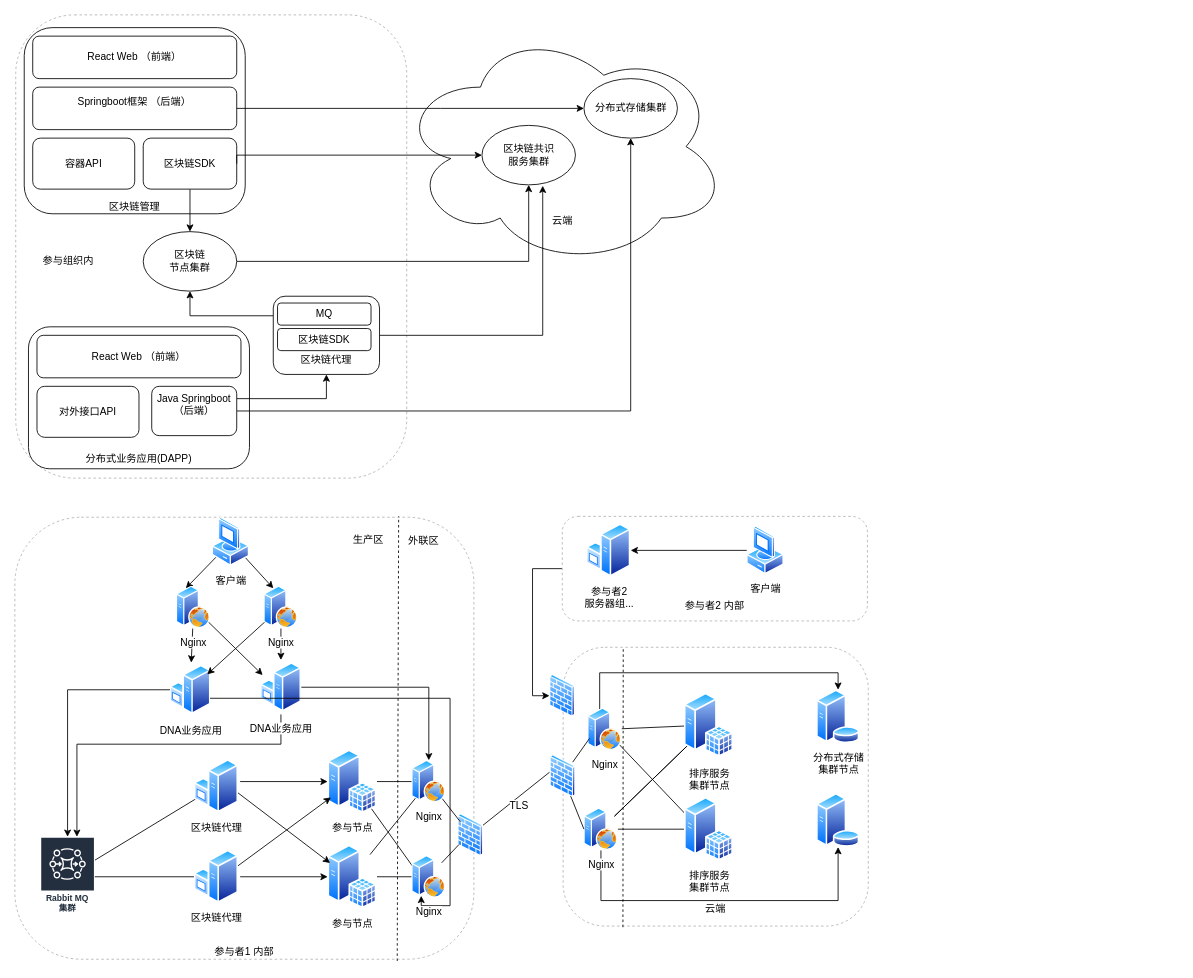
Before: repository/drawio/Untitled Diagram.drawio in dilide/collections, a draw.io diagram. Source tidied: cells renumbered, new cells numbered last; positions are measured from the earlier drawing's top-left corner, leaving out a move shared by most shapes. Both pictures are drawn from the tidied source at 85%, with x=0, y=0 at pixel (14, 14).
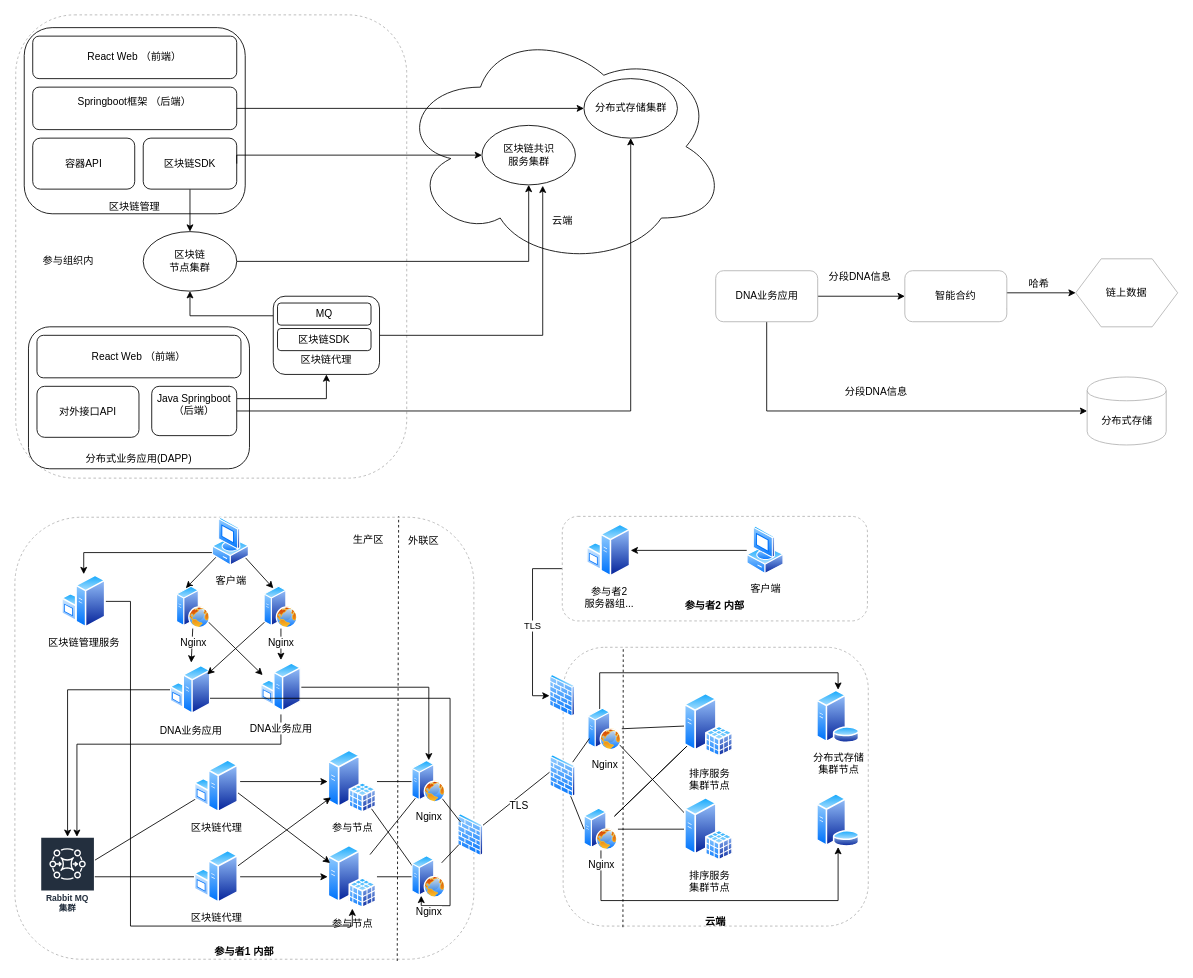
The same page after the edit.

Unchanged cells that the change refers to:
```xml
<mxCell id="32" value="参与节点" style="perimeter=ellipsePerimeter;html=1;align=center;shadow=0;dashed=0;spacingTop=3;image;image=img/lib/active_directory/sql_server.svg;strokeColor=#B3B3B3;" parent="1" vertex="1">
  <mxGeometry x="368" y="976.5" width="58" height="75" as="geometry" />
</mxCell>
<mxCell id="51" value="客户端" style="perimeter=ellipsePerimeter;html=1;align=center;shadow=0;dashed=0;spacingTop=3;image;image=img/lib/active_directory/vista_client.svg;strokeColor=#B3B3B3;" parent="1" vertex="1">
  <mxGeometry x="232" y="591" width="44" height="58" as="geometry" />
</mxCell>
<mxCell id="84" style="perimeter=ellipsePerimeter;html=1;align=center;shadow=0;dashed=0;spacingTop=3;image;image=img/lib/active_directory/firewall.svg;strokeColor=#B3B3B3;" parent="1" vertex="1">
  <mxGeometry x="629" y="776" width="30.5" height="50" as="geometry" />
</mxCell>
```

The edit, as a diff of the source:
```diff
@@
-    <mxCell id="2" value="&lt;br&gt;&lt;br&gt;&lt;br&gt;&lt;br&gt;&lt;br&gt;&lt;br&gt;&lt;br&gt;&lt;br&gt;&lt;br&gt;&lt;br&gt;&lt;br&gt;&lt;br&gt;&lt;br&gt;&lt;br&gt;&lt;br&gt;&lt;br&gt;&lt;br&gt;&lt;br&gt;&lt;br&gt;&lt;br&gt;云端&lt;br&gt;" style="rounded=1;whiteSpace=wrap;html=1;strokeColor=#B3B3B3;dashed=1;" parent="1" vertex="1">
+    <mxCell id="2" value="&lt;br&gt;&lt;br&gt;&lt;br&gt;&lt;br&gt;&lt;br&gt;&lt;br&gt;&lt;br&gt;&lt;br&gt;&lt;br&gt;&lt;br&gt;&lt;br&gt;&lt;br&gt;&lt;br&gt;&lt;br&gt;&lt;br&gt;&lt;br&gt;&lt;br&gt;&lt;br&gt;&lt;br&gt;&lt;br&gt;&lt;br&gt;&lt;br&gt;云端&lt;br&gt;" style="rounded=1;whiteSpace=wrap;html=1;strokeColor=#B3B3B3;dashed=1;fontStyle=1;" parent="1" vertex="1">
       <mxGeometry x="645" y="744" width="359" height="328" as="geometry" />
     </mxCell>
-    <mxCell id="3" value="&lt;br&gt;&lt;br&gt;&lt;br&gt;&lt;br&gt;&lt;br&gt;&lt;br&gt;&lt;br&gt;&lt;br&gt;&lt;br&gt;&lt;br&gt;&lt;br&gt;&lt;br&gt;&lt;br&gt;&lt;br&gt;&lt;br&gt;&lt;br&gt;&lt;br&gt;&lt;br&gt;&lt;br&gt;&lt;br&gt;&lt;br&gt;&lt;br&gt;&lt;br&gt;&lt;br&gt;&lt;br&gt;&lt;br&gt;&lt;br&gt;&lt;br&gt;&lt;br&gt;&lt;br&gt;&lt;br&gt;&lt;br&gt;&lt;br&gt;&lt;br&gt;&lt;br&gt;参与者1 内部" style="rounded=1;whiteSpace=wrap;html=1;strokeColor=#B3B3B3;dashed=1;" parent="1" vertex="1">
+    <mxCell id="3" value="&lt;br&gt;&lt;br&gt;&lt;br&gt;&lt;br&gt;&lt;br&gt;&lt;br&gt;&lt;br&gt;&lt;br&gt;&lt;br&gt;&lt;br&gt;&lt;br&gt;&lt;br&gt;&lt;br&gt;&lt;br&gt;&lt;br&gt;&lt;br&gt;&lt;br&gt;&lt;br&gt;&lt;br&gt;&lt;br&gt;&lt;br&gt;&lt;br&gt;&lt;br&gt;&lt;br&gt;&lt;br&gt;&lt;br&gt;&lt;br&gt;&lt;br&gt;&lt;br&gt;&lt;br&gt;&lt;br&gt;&lt;br&gt;&lt;br&gt;&lt;br&gt;&lt;br&gt;参与者1 内部" style="rounded=1;whiteSpace=wrap;html=1;strokeColor=#B3B3B3;dashed=1;fontStyle=1;" parent="1" vertex="1">
       <mxGeometry y="591" width="540" height="520" as="geometry" />
     </mxCell>
@@
+    <mxCell id="93" style="edgeStyle=orthogonalEdgeStyle;rounded=0;jettySize=auto;html=1;exitX=0;exitY=0.75;exitDx=0;exitDy=0;endArrow=classic;endFill=1;" parent="1" edge="1" source="51" target="95">
+      <mxGeometry relative="1" as="geometry" />
+    </mxCell>
@@
-    <mxCell id="85" style="edgeStyle=orthogonalEdgeStyle;rounded=0;jettySize=auto;html=1;entryX=0;entryY=0.5;entryDx=0;entryDy=0;endArrow=classic;endFill=1;exitX=0;exitY=0.5;exitDx=0;exitDy=0;" parent="1" edge="1" source="86" target="84">
+    <mxCell id="85" value="TLS" style="edgeStyle=orthogonalEdgeStyle;rounded=0;jettySize=auto;html=1;entryX=0;entryY=0.5;entryDx=0;entryDy=0;endArrow=classic;endFill=1;exitX=0;exitY=0.5;exitDx=0;exitDy=0;" parent="1" edge="1" source="86" target="84">
       <mxGeometry relative="1" as="geometry" />
     </mxCell>
-    <mxCell id="86" value="&lt;br&gt;&lt;br&gt;&lt;br&gt;&lt;br&gt;&lt;br&gt;&lt;br&gt;参与者2 内部" style="rounded=1;whiteSpace=wrap;html=1;dashed=1;strokeColor=#B3B3B3;" parent="1" vertex="1">
+    <mxCell id="86" value="&lt;br&gt;&lt;br&gt;&lt;br&gt;&lt;br&gt;&lt;br&gt;&lt;br&gt;参与者2 内部" style="rounded=1;whiteSpace=wrap;html=1;dashed=1;strokeColor=#B3B3B3;fontStyle=1;" parent="1" vertex="1">
       <mxGeometry x="644" y="590" width="359" height="123" as="geometry" />
     </mxCell>
@@
+    <mxCell id="94" style="edgeStyle=orthogonalEdgeStyle;rounded=0;jettySize=auto;html=1;exitX=1;exitY=0.5;exitDx=0;exitDy=0;entryX=0.5;entryY=1;entryDx=0;entryDy=0;endArrow=classic;endFill=1;" parent="1" edge="1" source="95" target="32">
+      <mxGeometry relative="1" as="geometry">
+        <Array as="points">
+          <mxPoint x="136" y="690" />
+          <mxPoint x="136" y="1072" />
+          <mxPoint x="397" y="1072" />
+        </Array>
+      </mxGeometry>
+    </mxCell>
+    <mxCell id="95" value="区块链管理服务" style="perimeter=ellipsePerimeter;html=1;align=center;shadow=0;dashed=0;spacingTop=3;image;image=img/lib/active_directory/windows_server.svg;strokeColor=#B3B3B3;" parent="1" vertex="1">
+      <mxGeometry x="55" y="658" width="52" height="64" as="geometry" />
+    </mxCell>
+    <mxCell id="96" style="edgeStyle=orthogonalEdgeStyle;rounded=0;jettySize=auto;html=1;exitX=1;exitY=0.75;exitDx=0;exitDy=0;endArrow=classic;endFill=1;" parent="1" edge="1" source="97" target="98">
+      <mxGeometry relative="1" as="geometry">
+        <Array as="points">
+          <mxPoint x="1162" y="327" />
+        </Array>
+      </mxGeometry>
+    </mxCell>
+    <mxCell id="97" value="智能合约" style="rounded=1;whiteSpace=wrap;html=1;strokeColor=#B3B3B3;" parent="1" vertex="1">
+      <mxGeometry x="1047" y="301" width="120" height="60" as="geometry" />
+    </mxCell>
+    <mxCell id="98" value="链上数据" style="shape=hexagon;perimeter=hexagonPerimeter2;whiteSpace=wrap;html=1;strokeColor=#B3B3B3;" parent="1" vertex="1">
+      <mxGeometry x="1248" y="287" width="120" height="80" as="geometry" />
+    </mxCell>
+    <mxCell id="99" style="edgeStyle=orthogonalEdgeStyle;rounded=0;jettySize=auto;html=1;entryX=0;entryY=0.5;entryDx=0;entryDy=0;endArrow=classic;endFill=1;" parent="1" edge="1" source="102" target="97">
+      <mxGeometry relative="1" as="geometry" />
+    </mxCell>
+    <mxCell id="100" value="分段DNA信息" style="text;html=1;align=center;verticalAlign=middle;labelBackgroundColor=#ffffff;" parent="99" vertex="1">
+      <mxGeometry x="0.18" y="-5" relative="1" as="geometry">
+        <mxPoint x="-11" y="-29" as="offset" />
+      </mxGeometry>
+    </mxCell>
+    <mxCell id="101" style="edgeStyle=orthogonalEdgeStyle;rounded=0;jettySize=auto;html=1;entryX=0;entryY=0.5;entryDx=0;entryDy=0;endArrow=classic;endFill=1;exitX=0.5;exitY=1;exitDx=0;exitDy=0;" parent="1" edge="1" source="102" target="104">
+      <mxGeometry relative="1" as="geometry" />
+    </mxCell>
+    <mxCell id="102" value="DNA业务应用" style="rounded=1;whiteSpace=wrap;html=1;strokeColor=#B3B3B3;" parent="1" vertex="1">
+      <mxGeometry x="824.5" y="301" width="120" height="60" as="geometry" />
+    </mxCell>
+    <mxCell id="103" value="哈希" style="text;html=1;align=left;verticalAlign=top;spacingTop=-4;" parent="1" vertex="1">
+      <mxGeometry x="1190.5" y="307" width="34" height="14" as="geometry" />
+    </mxCell>
+    <mxCell id="104" value="分布式存储" style="shape=cylinder;whiteSpace=wrap;html=1;boundedLbl=1;backgroundOutline=1;strokeColor=#B3B3B3;" parent="1" vertex="1">
+      <mxGeometry x="1261.5" y="426" width="93" height="80" as="geometry" />
+    </mxCell>
+    <mxCell id="105" value="分段DNA信息" style="text;html=1;align=center;verticalAlign=middle;labelBackgroundColor=#ffffff;" parent="1" vertex="1">
+      <mxGeometry x="1023.5" y="472" as="geometry">
+        <mxPoint x="-11" y="-29" as="offset" />
+      </mxGeometry>
+    </mxCell>
```
